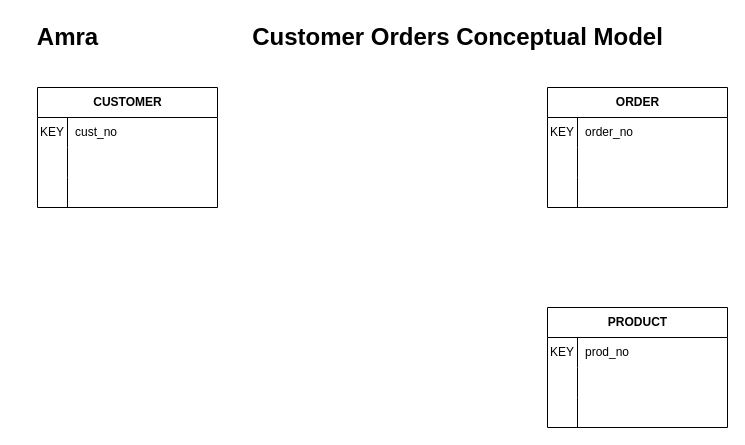
Before: page "Entities and Keys" (1 of 2) of Applied/App03/cust_orders.drawio in aanv0002/bigrig-movers-sql-database, a draw.io diagram. Source tidied: cells renumbered, new cells numbered last; positions are measured from the earlier drawing's top-left corner, leaving out a move shared by most shapes. Both pictures are drawn from the tidied source at 100%, with x=0, y=0 at pixel (17, 17).
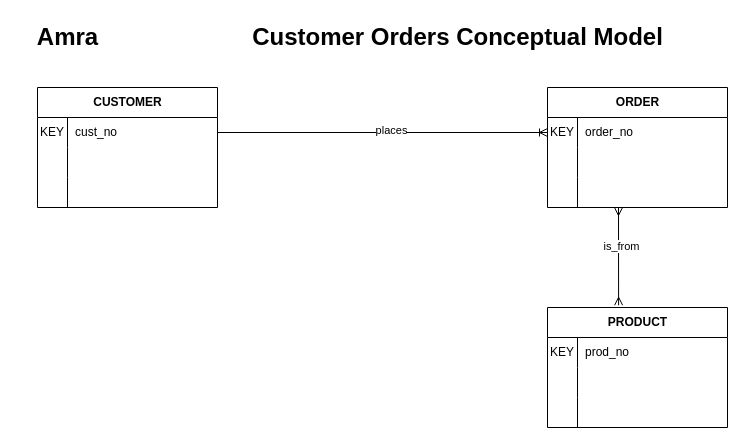
After the change.

Commit message:
second commit: added relationships

Unchanged cells that the change refers to:
```xml
<mxCell id="5" style="shape=tableRow;horizontal=0;startSize=0;swimlaneHead=0;swimlaneBody=0;fillColor=none;points=[[0,0.5],[1,0.5]];portConstraint=eastwest;top=0;left=0;right=0;bottom=0;" parent="4" vertex="1">
  <mxGeometry y="30" width="180" height="30" as="geometry" />
</mxCell>
<mxCell id="15" style="shape=tableRow;horizontal=0;startSize=0;swimlaneHead=0;swimlaneBody=0;fillColor=none;points=[[0,0.5],[1,0.5]];portConstraint=eastwest;top=0;left=0;right=0;bottom=0;" parent="14" vertex="1">
  <mxGeometry y="30" width="180" height="30" as="geometry" />
</mxCell>
<mxCell id="21" style="shape=tableRow;horizontal=0;startSize=0;swimlaneHead=0;swimlaneBody=0;fillColor=none;points=[[0,0.5],[1,0.5]];portConstraint=eastwest;top=0;left=0;right=0;bottom=0;" parent="14" vertex="1">
  <mxGeometry y="90" width="180" height="30" as="geometry" />
</mxCell>
<mxCell id="24" value="PRODUCT" style="shape=table;startSize=30;childLayout=tableLayout;rowLines=0;fontStyle=1;align=center;html=1;" parent="1" vertex="1">
  <mxGeometry x="530" y="290" width="180" height="120" as="geometry" />
</mxCell>
```

The edit, as a diff of the source:
```diff
@@
+    <mxCell id="34" style="edgeStyle=elbowEdgeStyle;fontSize=12;html=1;endArrow=ERmany;startArrow=ERmany;rounded=0;exitX=0.395;exitY=-0.019;exitDx=0;exitDy=0;exitPerimeter=0;" parent="1" edge="1" source="24" target="21">
+      <mxGeometry relative="1" as="geometry" />
+    </mxCell>
+    <mxCell id="35" value="is_from" style="edgeLabel;html=1;align=center;verticalAlign=middle;" parent="34" vertex="1">
+      <mxGeometry x="0.21" y="-2" relative="1" as="geometry" />
+    </mxCell>
+    <mxCell id="36" style="edgeStyle=elbowEdgeStyle;fontSize=12;html=1;endArrow=ERoneToMany;rounded=0;elbow=horizontal;exitX=1;exitY=0.5;exitDx=0;exitDy=0;entryX=0;entryY=0.5;entryDx=0;entryDy=0;" parent="1" edge="1" source="5" target="15">
+      <mxGeometry relative="1" as="geometry" />
+    </mxCell>
+    <mxCell id="37" value="places" style="edgeLabel;html=1;align=center;verticalAlign=middle;" parent="36" vertex="1">
+      <mxGeometry x="0.05" y="3" relative="1" as="geometry" />
+    </mxCell>
```
